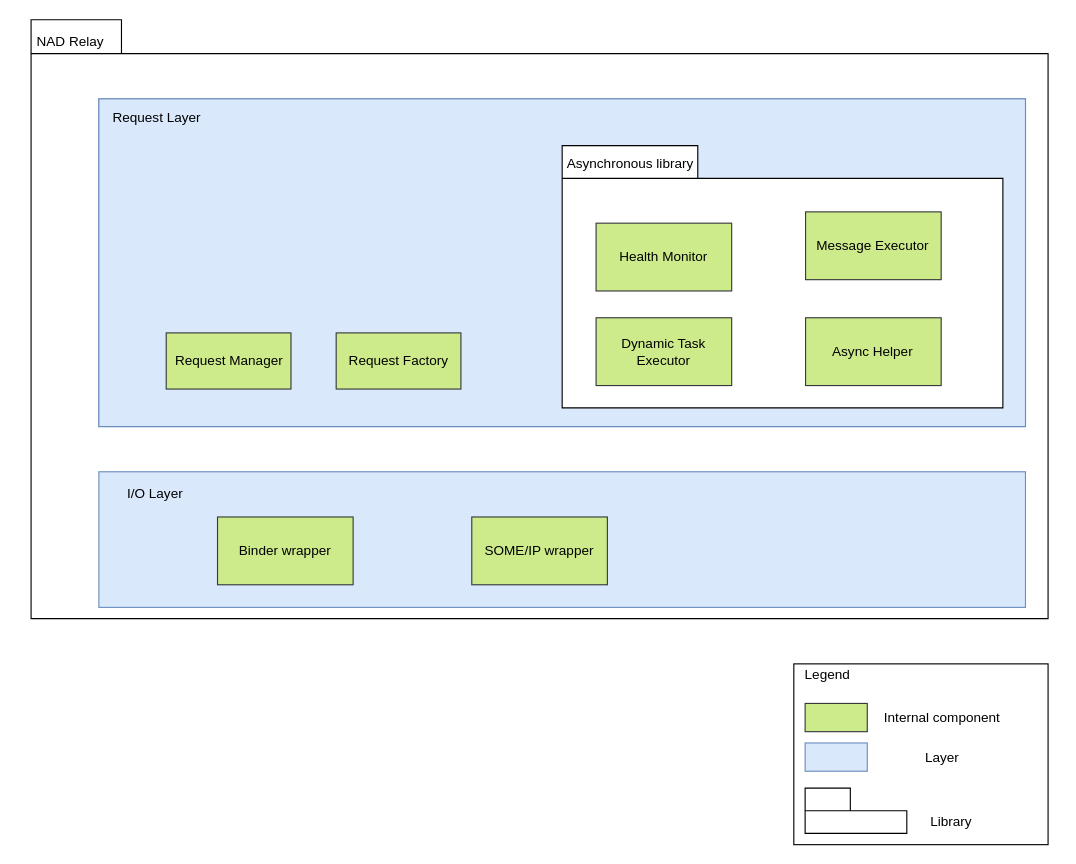
This is page "static" (1 of 7) of doc/SA cert/Design/nadproxy.drawio from taikt/codefun, a draw.io file, before an edit. Source tidied: cells renumbered, new cells numbered last; positions are measured from the earlier drawing's top-left corner, leaving out a move shared by most shapes. Both pictures are drawn from the tidied source at 113%, with x=0, y=0 at pixel (19, 19).
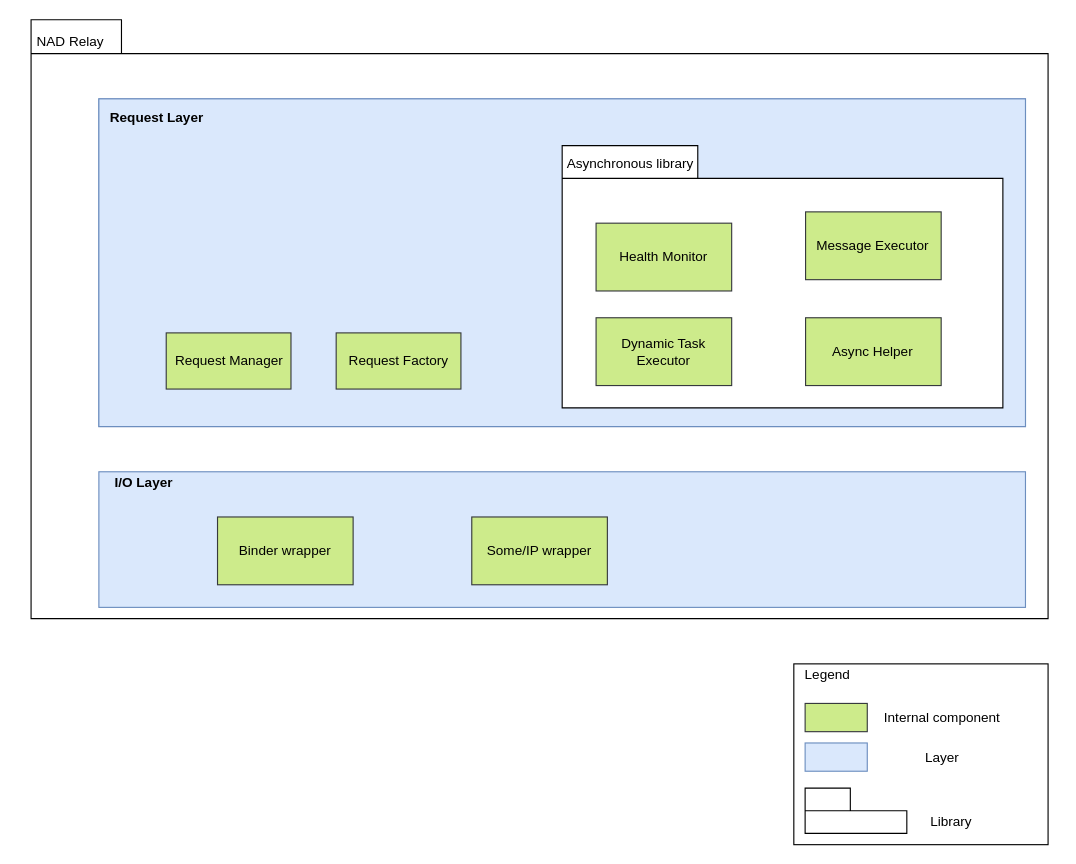
After the change.

The change refers to these unchanged cells:
```xml
<mxCell id="5" style="group;fillColor=#dae8fc;strokeColor=#6c8ebf;" parent="1" vertex="1">
  <mxGeometry x="70" y="70" width="820" height="290" as="geometry" />
</mxCell>
```

What changed in the source:
```diff
@@
-    <mxCell id="13" value="Request Layer" style="text;html=1;strokeColor=none;fillColor=none;align=center;verticalAlign=middle;whiteSpace=wrap;rounded=0;" parent="5" vertex="1">
+    <mxCell id="13" value="&lt;b&gt;Request Layer&lt;/b&gt;" style="text;html=1;strokeColor=none;fillColor=none;align=center;verticalAlign=middle;whiteSpace=wrap;rounded=0;" parent="5" vertex="1">
       <mxGeometry x="8.5" y="8.3" width="85.1" height="16.6" as="geometry" />
     </mxCell>
@@
-    <mxCell id="18" value="I/O Layer" style="text;html=1;strokeColor=none;fillColor=none;align=center;verticalAlign=middle;whiteSpace=wrap;rounded=0;" parent="1" vertex="1">
-      <mxGeometry x="70" y="410" width="100" height="20" as="geometry" />
+    <mxCell id="18" value="&lt;b&gt;I/O Layer&lt;/b&gt;" style="text;html=1;strokeColor=none;fillColor=none;align=center;verticalAlign=middle;whiteSpace=wrap;rounded=0;" parent="1" vertex="1">
+      <mxGeometry x="60" y="400" width="100" height="20" as="geometry" />
     </mxCell>
@@
-    <mxCell id="20" value="SOME/IP wrapper" style="rounded=0;whiteSpace=wrap;html=1;fillColor=#cdeb8b;strokeColor=#36393d;" parent="1" vertex="1">
+    <mxCell id="20" value="Some/IP wrapper" style="rounded=0;whiteSpace=wrap;html=1;fillColor=#cdeb8b;strokeColor=#36393d;" parent="1" vertex="1">
       <mxGeometry x="400" y="440" width="120" height="60" as="geometry" />
     </mxCell>
```
